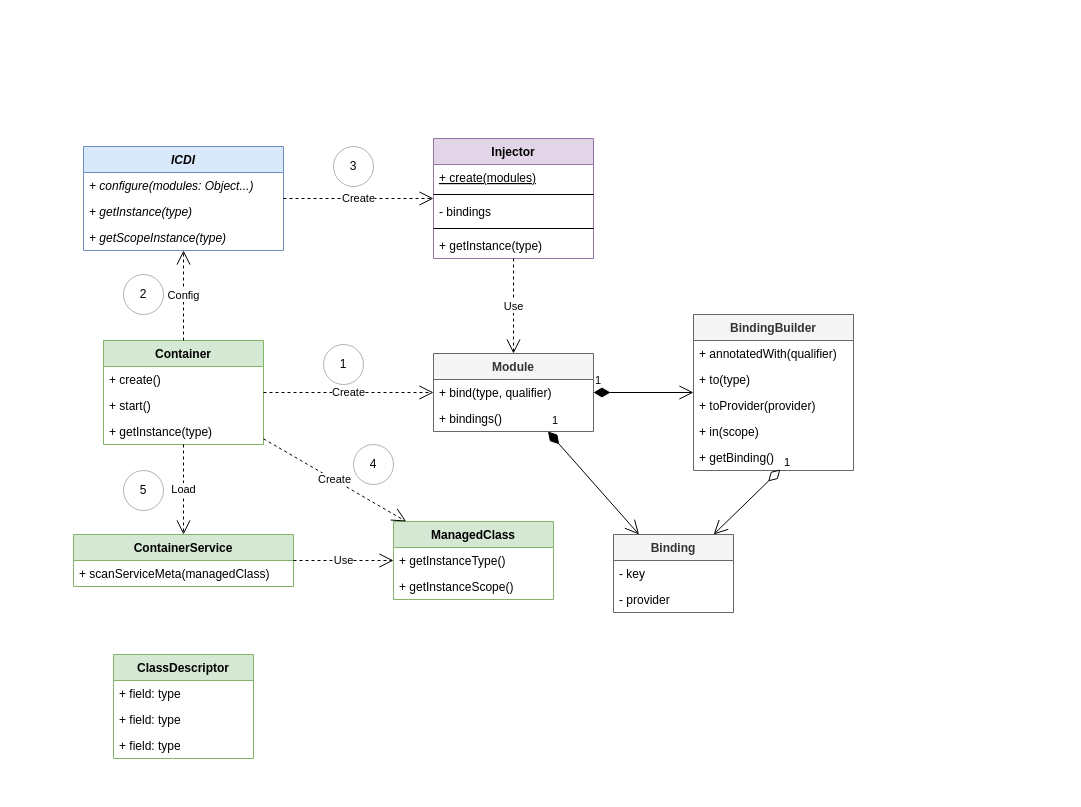
Before: page "CDI Bootstrap" (3 of 3) of docs/cdi.drawio in js-lib-com/tiny-container, a draw.io diagram. Source tidied: cells renumbered, new cells numbered last; positions are measured from the earlier drawing's top-left corner, leaving out a move shared by most shapes. Both pictures are drawn from the tidied source at 100%, with x=0, y=0 at pixel (73, 138).
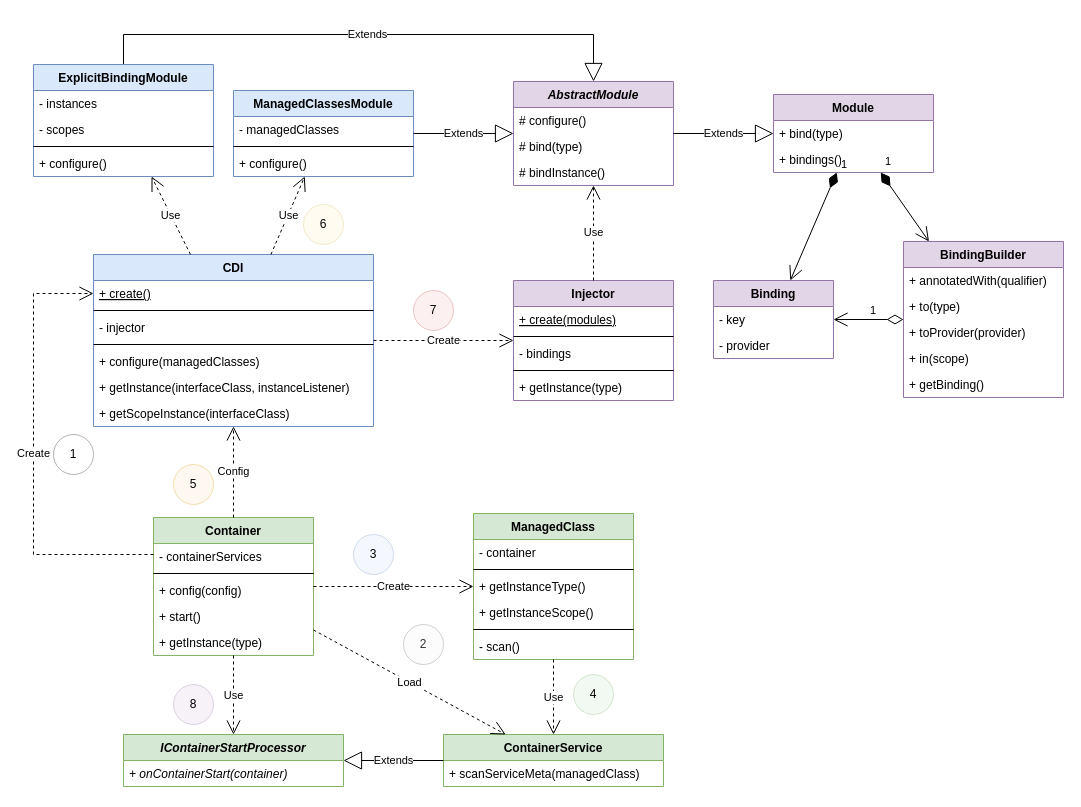
Above is the later version.

Unchanged cells that the change refers to:
```xml
<mxCell id="34" value="+ getBinding()" style="text;strokeColor=none;fillColor=none;align=left;verticalAlign=top;spacingLeft=4;spacingRight=4;overflow=hidden;points=[[0,0.5],[1,0.5]];portConstraint=eastwest;fontColor=default;opacity=30;" parent="29" vertex="1">
  <mxGeometry y="130" width="160" height="26" as="geometry" />
</mxCell>
```

What changed in the source:
```diff
@@
+    <mxCell id="52" value="Extends" style="endArrow=block;endSize=16;endFill=0;html=1;rounded=0;fontColor=default;strokeColor=default;edgeStyle=orthogonalEdgeStyle;exitX=0.5;exitY=0;exitDx=0;exitDy=0;entryX=0.5;entryY=0;entryDx=0;entryDy=0;" parent="1" edge="1" source="63" target="74">
+      <mxGeometry relative="1" as="geometry">
+        <Array as="points">
+          <mxPoint x="50" y="-104" />
+          <mxPoint x="520" y="-104" />
+        </Array>
+      </mxGeometry>
+    </mxCell>
     <mxCell id="2" value="Container" style="swimlane;fontStyle=1;horizontal=1;startSize=26;fillColor=#d5e8d4;strokeColor=#82b366;" parent="1" vertex="1">
-      <mxGeometry x="30" y="202" width="160" height="104" as="geometry" />
+      <mxGeometry x="80" y="379" width="160" height="138" as="geometry" />
     </mxCell>
+    <mxCell id="53" value="- containerServices" style="text;strokeColor=none;fillColor=none;align=left;verticalAlign=top;spacingLeft=4;spacingRight=4;overflow=hidden;fontColor=default;" parent="2" vertex="1">
+      <mxGeometry y="26" width="160" height="26" as="geometry" />
+    </mxCell>
+    <mxCell id="54" style="line;strokeWidth=1;fillColor=none;align=left;verticalAlign=middle;spacingTop=-1;spacingLeft=3;spacingRight=3;labelPosition=right;fontColor=default;" parent="2" vertex="1">
+      <mxGeometry y="52" width="160" height="8" as="geometry" />
+    </mxCell>
+    <mxCell id="4" value="+ config(config)" style="text;strokeColor=none;fillColor=none;align=left;verticalAlign=top;spacingLeft=4;spacingRight=4;overflow=hidden;fontColor=default;opacity=30;" parent="2" vertex="1">
+      <mxGeometry y="60" width="160" height="26" as="geometry" />
+    </mxCell>
-    <mxCell id="3" value="+ create()" style="text;strokeColor=none;fillColor=none;align=left;verticalAlign=top;spacingLeft=4;spacingRight=4;overflow=hidden;fontColor=default;opacity=30;" parent="2" vertex="1">
-      <mxGeometry y="26" width="160" height="26" as="geometry" />
+    <mxCell id="3" value="+ start()" style="text;strokeColor=none;fillColor=none;align=left;verticalAlign=top;spacingLeft=4;spacingRight=4;overflow=hidden;fontColor=default;opacity=30;" parent="2" vertex="1">
+      <mxGeometry y="86" width="160" height="26" as="geometry" />
     </mxCell>
-    <mxCell id="4" value="+ start()" style="text;strokeColor=none;fillColor=none;align=left;verticalAlign=top;spacingLeft=4;spacingRight=4;overflow=hidden;fontColor=default;opacity=30;" parent="2" vertex="1">
-      <mxGeometry y="52" width="160" height="26" as="geometry" />
-    </mxCell>
     <mxCell id="5" value="+ getInstance(type)" style="text;strokeColor=none;fillColor=none;align=left;verticalAlign=top;spacingLeft=4;spacingRight=4;overflow=hidden;fontColor=default;opacity=30;" parent="2" vertex="1">
-      <mxGeometry y="78" width="160" height="26" as="geometry" />
+      <mxGeometry y="112" width="160" height="26" as="geometry" />
     </mxCell>
-    <mxCell id="6" value="ICDI" style="swimlane;fontStyle=3;horizontal=1;startSize=26;fillColor=#dae8fc;strokeColor=#6c8ebf;" parent="1" vertex="1">
-      <mxGeometry x="10" y="8" width="200" height="104" as="geometry" />
+    <mxCell id="6" value="CDI" style="swimlane;fontStyle=1;horizontal=1;startSize=26;fillColor=#dae8fc;strokeColor=#6c8ebf;" parent="1" vertex="1">
+      <mxGeometry x="20" y="116" width="280" height="172" as="geometry" />
     </mxCell>
+    <mxCell id="55" value="+ create()" style="text;strokeColor=none;fillColor=none;align=left;verticalAlign=top;spacingLeft=4;spacingRight=4;overflow=hidden;points=[[0,0.5],[1,0.5]];portConstraint=eastwest;fontColor=default;fontStyle=4;" parent="6" vertex="1">
+      <mxGeometry y="26" width="280" height="26" as="geometry" />
+    </mxCell>
+    <mxCell id="56" style="line;strokeWidth=1;fillColor=none;align=left;verticalAlign=middle;spacingTop=-1;spacingLeft=3;spacingRight=3;labelPosition=right;fontColor=default;" parent="6" vertex="1">
+      <mxGeometry y="52" width="280" height="8" as="geometry" />
+    </mxCell>
+    <mxCell id="57" value="- injector" style="text;strokeColor=none;fillColor=none;align=left;verticalAlign=top;spacingLeft=4;spacingRight=4;overflow=hidden;fontColor=default;" parent="6" vertex="1">
+      <mxGeometry y="60" width="280" height="26" as="geometry" />
+    </mxCell>
+    <mxCell id="58" style="line;strokeWidth=1;fillColor=none;align=left;verticalAlign=middle;spacingTop=-1;spacingLeft=3;spacingRight=3;labelPosition=right;fontColor=default;" parent="6" vertex="1">
+      <mxGeometry y="86" width="280" height="8" as="geometry" />
+    </mxCell>
-    <mxCell id="7" value="+ configure(modules: Object...)" style="text;strokeColor=none;fillColor=none;align=left;verticalAlign=top;spacingLeft=4;spacingRight=4;overflow=hidden;fontColor=default;fontStyle=2;" parent="6" vertex="1">
-      <mxGeometry y="26" width="200" height="26" as="geometry" />
+    <mxCell id="7" value="+ configure(managedClasses)" style="text;strokeColor=none;fillColor=none;align=left;verticalAlign=top;spacingLeft=4;spacingRight=4;overflow=hidden;fontColor=default;fontStyle=0;" parent="6" vertex="1">
+      <mxGeometry y="94" width="280" height="26" as="geometry" />
     </mxCell>
-    <mxCell id="8" value="+ getInstance(type)" style="text;strokeColor=none;fillColor=none;align=left;verticalAlign=top;spacingLeft=4;spacingRight=4;overflow=hidden;fontColor=default;opacity=30;fontStyle=2;" parent="6" vertex="1">
-      <mxGeometry y="52" width="200" height="26" as="geometry" />
+    <mxCell id="8" value="+ getInstance(interfaceClass, instanceListener)" style="text;strokeColor=none;fillColor=none;align=left;verticalAlign=top;spacingLeft=4;spacingRight=4;overflow=hidden;fontColor=default;opacity=30;fontStyle=0;" parent="6" vertex="1">
+      <mxGeometry y="120" width="280" height="26" as="geometry" />
     </mxCell>
-    <mxCell id="9" value="+ getScopeInstance(type)" style="text;strokeColor=none;fillColor=none;align=left;verticalAlign=top;spacingLeft=4;spacingRight=4;overflow=hidden;fontColor=default;opacity=30;fontStyle=2;" parent="6" vertex="1">
-      <mxGeometry y="78" width="200" height="26" as="geometry" />
+    <mxCell id="9" value="+ getScopeInstance(interfaceClass)" style="text;strokeColor=none;fillColor=none;align=left;verticalAlign=top;spacingLeft=4;spacingRight=4;overflow=hidden;fontColor=default;opacity=30;fontStyle=0;" parent="6" vertex="1">
+      <mxGeometry y="146" width="280" height="26" as="geometry" />
     </mxCell>
     <mxCell id="10" value="Injector" style="swimlane;fontStyle=1;horizontal=1;startSize=26;fillColor=#e1d5e7;strokeColor=#9673a6;" parent="1" vertex="1">
-      <mxGeometry x="360" width="160" height="120" as="geometry" />
+      <mxGeometry x="440" y="142" width="160" height="120" as="geometry" />
     </mxCell>
@@
     <mxCell id="16" value="ManagedClass" style="swimlane;fontStyle=1;horizontal=1;startSize=26;fillColor=#d5e8d4;strokeColor=#82b366;" parent="1" vertex="1">
-      <mxGeometry x="320" y="383" width="160" height="78" as="geometry" />
+      <mxGeometry x="400" y="375" width="160" height="146" as="geometry" />
     </mxCell>
+    <mxCell id="59" value="- container" style="text;strokeColor=none;fillColor=none;align=left;verticalAlign=top;spacingLeft=4;spacingRight=4;overflow=hidden;fontColor=default;" parent="16" vertex="1">
+      <mxGeometry y="26" width="160" height="26" as="geometry" />
+    </mxCell>
+    <mxCell id="60" style="line;strokeWidth=1;fillColor=none;align=left;verticalAlign=middle;spacingTop=-1;spacingLeft=3;spacingRight=3;labelPosition=right;fontColor=default;" parent="16" vertex="1">
+      <mxGeometry y="52" width="160" height="8" as="geometry" />
+    </mxCell>
     <mxCell id="17" value="+ getInstanceType()" style="text;strokeColor=none;fillColor=none;align=left;verticalAlign=top;spacingLeft=4;spacingRight=4;overflow=hidden;opacity=60;fontStyle=0;" parent="16" vertex="1">
-      <mxGeometry y="26" width="160" height="26" as="geometry" />
+      <mxGeometry y="60" width="160" height="26" as="geometry" />
     </mxCell>
     <mxCell id="18" value="+ getInstanceScope()" style="text;strokeColor=none;fillColor=none;align=left;verticalAlign=top;spacingLeft=4;spacingRight=4;overflow=hidden;opacity=60;fontStyle=0;" parent="16" vertex="1">
-      <mxGeometry y="52" width="160" height="26" as="geometry" />
+      <mxGeometry y="86" width="160" height="26" as="geometry" />
     </mxCell>
+    <mxCell id="61" style="line;strokeWidth=1;fillColor=none;align=left;verticalAlign=middle;spacingTop=-1;spacingLeft=3;spacingRight=3;labelPosition=right;fontColor=default;" parent="16" vertex="1">
+      <mxGeometry y="112" width="160" height="8" as="geometry" />
+    </mxCell>
+    <mxCell id="62" value="- scan()" style="text;strokeColor=none;fillColor=none;align=left;verticalAlign=top;spacingLeft=4;spacingRight=4;overflow=hidden;fontColor=default;" parent="16" vertex="1">
+      <mxGeometry y="120" width="160" height="26" as="geometry" />
+    </mxCell>
@@
-    <mxCell id="20" value="Module" style="swimlane;fontStyle=1;horizontal=1;startSize=26;fillColor=#f5f5f5;fontColor=#333333;strokeColor=#666666;" parent="1" vertex="1">
-      <mxGeometry x="360" y="215" width="160" height="78" as="geometry" />
+    <mxCell id="20" value="Module" style="swimlane;fontStyle=1;horizontal=1;startSize=26;fillColor=#e1d5e7;strokeColor=#9673a6;" parent="1" vertex="1">
+      <mxGeometry x="700" y="-44" width="160" height="78" as="geometry" />
     </mxCell>
-    <mxCell id="21" value="+ bind(type, qualifier)" style="text;strokeColor=none;fillColor=none;align=left;verticalAlign=top;spacingLeft=4;spacingRight=4;overflow=hidden;fontColor=default;opacity=30;" parent="20" vertex="1">
+    <mxCell id="21" value="+ bind(type)" style="text;strokeColor=none;fillColor=none;align=left;verticalAlign=top;spacingLeft=4;spacingRight=4;overflow=hidden;fontColor=default;opacity=30;" parent="20" vertex="1">
       <mxGeometry y="26" width="160" height="26" as="geometry" />
     </mxCell>
@@
     <mxCell id="23" value="1" style="ellipse;whiteSpace=wrap;html=1;fontColor=default;opacity=30;" parent="1" vertex="1">
-      <mxGeometry x="250" y="206" width="40" height="40" as="geometry" />
+      <mxGeometry x="-20" y="296" width="40" height="40" as="geometry" />
     </mxCell>
-    <mxCell id="24" value="2" style="ellipse;whiteSpace=wrap;html=1;fontColor=default;opacity=30;" parent="1" vertex="1">
-      <mxGeometry x="50" y="136" width="40" height="40" as="geometry" />
+    <mxCell id="24" value="5" style="ellipse;whiteSpace=wrap;html=1;opacity=30;fillColor=#ffe6cc;strokeColor=#d79b00;" parent="1" vertex="1">
+      <mxGeometry x="100" y="326" width="40" height="40" as="geometry" />
     </mxCell>
     <mxCell id="25" value="ContainerService" style="swimlane;fontStyle=1;horizontal=1;startSize=26;fillColor=#d5e8d4;strokeColor=#82b366;" parent="1" vertex="1">
-      <mxGeometry y="396" width="220" height="52" as="geometry" />
+      <mxGeometry x="370" y="596" width="220" height="52" as="geometry" />
     </mxCell>
@@
-    <mxCell id="28" value="4" style="ellipse;whiteSpace=wrap;html=1;fontColor=default;opacity=30;" parent="1" vertex="1">
-      <mxGeometry x="280" y="306" width="40" height="40" as="geometry" />
+    <mxCell id="28" value="3" style="ellipse;whiteSpace=wrap;html=1;opacity=30;fillColor=#dae8fc;strokeColor=#6c8ebf;" parent="1" vertex="1">
+      <mxGeometry x="280" y="396" width="40" height="40" as="geometry" />
     </mxCell>
-    <mxCell id="29" value="BindingBuilder" style="swimlane;fontStyle=1;horizontal=1;startSize=26;fillColor=#f5f5f5;fontColor=#333333;strokeColor=#666666;" parent="1" vertex="1">
-      <mxGeometry x="620" y="176" width="160" height="156" as="geometry" />
+    <mxCell id="29" value="BindingBuilder" style="swimlane;fontStyle=1;horizontal=1;startSize=26;fillColor=#e1d5e7;strokeColor=#9673a6;" parent="1" vertex="1">
+      <mxGeometry x="830" y="103" width="160" height="156" as="geometry" />
     </mxCell>
@@
-    <mxCell id="36" value="Binding" style="swimlane;fontStyle=1;horizontal=1;startSize=26;fillColor=#f5f5f5;fontColor=#333333;strokeColor=#666666;" parent="1" vertex="1">
-      <mxGeometry x="540" y="396" width="120" height="78" as="geometry" />
+    <mxCell id="36" value="Binding" style="swimlane;fontStyle=1;horizontal=1;startSize=26;fillColor=#e1d5e7;strokeColor=#9673a6;" parent="1" vertex="1">
+      <mxGeometry x="640" y="142" width="120" height="78" as="geometry" />
     </mxCell>
@@
-    <mxCell id="40" value="1" style="endArrow=open;html=1;endSize=12;startArrow=diamondThin;startSize=14;startFill=0;align=left;verticalAlign=bottom;rounded=0;fontColor=default;strokeColor=default;exitX=0.543;exitY=0.962;exitDx=0;exitDy=0;exitPerimeter=0;" parent="1" edge="1" source="34" target="36">
-      <mxGeometry x="-1" y="3" relative="1" as="geometry" />
+    <mxCell id="40" value="1" style="endArrow=open;html=1;endSize=12;startArrow=diamondThin;startSize=14;startFill=0;align=left;verticalAlign=bottom;rounded=0;fontColor=default;strokeColor=default;" parent="1" edge="1" source="29" target="36">
+      <mxGeometry relative="1" as="geometry" />
     </mxCell>
-    <mxCell id="41" value="Create" style="endArrow=open;endSize=12;dashed=1;html=1;rounded=0;fontColor=default;strokeColor=default;" parent="1" edge="1" source="2" target="20">
-      <mxGeometry relative="1" as="geometry" />
-    </mxCell>
@@
-    <mxCell id="43" value="3" style="ellipse;whiteSpace=wrap;html=1;fontColor=default;opacity=30;" parent="1" vertex="1">
-      <mxGeometry x="260" y="8" width="40" height="40" as="geometry" />
+    <mxCell id="43" value="7" style="ellipse;whiteSpace=wrap;html=1;opacity=30;fillColor=#f8cecc;strokeColor=#b85450;" parent="1" vertex="1">
+      <mxGeometry x="340" y="152" width="40" height="40" as="geometry" />
     </mxCell>
@@
-    <mxCell id="45" value="5" style="ellipse;whiteSpace=wrap;html=1;fontColor=default;opacity=30;" parent="1" vertex="1">
-      <mxGeometry x="50" y="332" width="40" height="40" as="geometry" />
+    <mxCell id="45" value="2" style="ellipse;whiteSpace=wrap;html=1;fontColor=#333333;opacity=30;fillColor=#f5f5f5;strokeColor=#666666;" parent="1" vertex="1">
+      <mxGeometry x="330" y="486" width="40" height="40" as="geometry" />
     </mxCell>
-    <mxCell id="46" value="Use" style="endArrow=open;endSize=12;dashed=1;html=1;rounded=0;fontColor=default;strokeColor=default;" parent="1" edge="1" source="10" target="20">
-      <mxGeometry relative="1" as="geometry" />
-    </mxCell>
-    <mxCell id="47" value="ClassDescriptor" style="swimlane;fontStyle=1;horizontal=1;startSize=26;fillColor=#d5e8d4;strokeColor=#82b366;" parent="1" vertex="1">
-      <mxGeometry x="40" y="516" width="140" height="104" as="geometry" />
-    </mxCell>
-    <mxCell id="48" value="+ field: type" style="text;strokeColor=none;fillColor=none;align=left;verticalAlign=top;spacingLeft=4;spacingRight=4;overflow=hidden;fontColor=default;" parent="47" vertex="1">
-      <mxGeometry y="26" width="140" height="26" as="geometry" />
-    </mxCell>
-    <mxCell id="49" value="+ field: type" style="text;strokeColor=none;fillColor=none;align=left;verticalAlign=top;spacingLeft=4;spacingRight=4;overflow=hidden;fontColor=default;" parent="47" vertex="1">
-      <mxGeometry y="52" width="140" height="26" as="geometry" />
-    </mxCell>
-    <mxCell id="50" value="+ field: type" style="text;strokeColor=none;fillColor=none;align=left;verticalAlign=top;spacingLeft=4;spacingRight=4;overflow=hidden;fontColor=default;" parent="47" vertex="1">
-      <mxGeometry y="78" width="140" height="26" as="geometry" />
-    </mxCell>
-    <mxCell id="51" value="Use" style="endArrow=open;endSize=12;dashed=1;html=1;rounded=0;fontColor=default;strokeColor=default;" parent="1" edge="1" source="25" target="16">
+    <mxCell id="51" value="Use" style="endArrow=open;endSize=12;dashed=1;html=1;rounded=0;fontColor=default;strokeColor=default;" parent="1" edge="1" source="16" target="25">
       <mxGeometry relative="1" as="geometry" />
     </mxCell>
+    <mxCell id="63" value="ExplicitBindingModule" style="swimlane;fontStyle=1;horizontal=1;startSize=26;fillColor=#dae8fc;strokeColor=#6c8ebf;" parent="1" vertex="1">
+      <mxGeometry x="-40" y="-74" width="180" height="112" as="geometry" />
+    </mxCell>
+    <mxCell id="64" value="- instances" style="text;strokeColor=none;fillColor=none;align=left;verticalAlign=top;spacingLeft=4;spacingRight=4;overflow=hidden;fontColor=default;" parent="63" vertex="1">
+      <mxGeometry y="26" width="180" height="26" as="geometry" />
+    </mxCell>
+    <mxCell id="65" value="- scopes" style="text;strokeColor=none;fillColor=none;align=left;verticalAlign=top;spacingLeft=4;spacingRight=4;overflow=hidden;fontColor=default;" parent="63" vertex="1">
+      <mxGeometry y="52" width="180" height="26" as="geometry" />
+    </mxCell>
+    <mxCell id="66" style="line;strokeWidth=1;fillColor=none;align=left;verticalAlign=middle;spacingTop=-1;spacingLeft=3;spacingRight=3;labelPosition=right;fontColor=default;" parent="63" vertex="1">
+      <mxGeometry y="78" width="180" height="8" as="geometry" />
+    </mxCell>
+    <mxCell id="67" value="+ configure()" style="text;strokeColor=none;fillColor=none;align=left;verticalAlign=top;spacingLeft=4;spacingRight=4;overflow=hidden;fontColor=default;" parent="63" vertex="1">
+      <mxGeometry y="86" width="180" height="26" as="geometry" />
+    </mxCell>
+    <mxCell id="68" value="ManagedClassesModule" style="swimlane;fontStyle=1;horizontal=1;startSize=26;fillColor=#dae8fc;strokeColor=#6c8ebf;" parent="1" vertex="1">
+      <mxGeometry x="160" y="-48" width="180" height="86" as="geometry" />
+    </mxCell>
+    <mxCell id="69" value="- managedClasses" style="text;strokeColor=none;fillColor=none;align=left;verticalAlign=top;spacingLeft=4;spacingRight=4;overflow=hidden;fontColor=default;" parent="68" vertex="1">
+      <mxGeometry y="26" width="180" height="26" as="geometry" />
+    </mxCell>
+    <mxCell id="70" style="line;strokeWidth=1;fillColor=none;align=left;verticalAlign=middle;spacingTop=-1;spacingLeft=3;spacingRight=3;labelPosition=right;fontColor=default;" parent="68" vertex="1">
+      <mxGeometry y="52" width="180" height="8" as="geometry" />
+    </mxCell>
+    <mxCell id="71" value="+ configure()" style="text;strokeColor=none;fillColor=none;align=left;verticalAlign=top;spacingLeft=4;spacingRight=4;overflow=hidden;fontColor=default;" parent="68" vertex="1">
+      <mxGeometry y="60" width="180" height="26" as="geometry" />
+    </mxCell>
+    <mxCell id="72" value="Use" style="endArrow=open;endSize=12;dashed=1;html=1;rounded=0;fontColor=default;strokeColor=default;" parent="1" edge="1" source="6" target="63">
+      <mxGeometry relative="1" as="geometry" />
+    </mxCell>
+    <mxCell id="73" value="Use" style="endArrow=open;endSize=12;dashed=1;html=1;rounded=0;fontColor=default;strokeColor=default;" parent="1" edge="1" source="6" target="68">
+      <mxGeometry relative="1" as="geometry" />
+    </mxCell>
+    <mxCell id="74" value="AbstractModule" style="swimlane;fontStyle=3;horizontal=1;startSize=26;fillColor=#e1d5e7;strokeColor=#9673a6;" parent="1" vertex="1">
+      <mxGeometry x="440" y="-57" width="160" height="104" as="geometry" />
+    </mxCell>
+    <mxCell id="75" value="# configure()" style="text;strokeColor=none;fillColor=none;align=left;verticalAlign=top;spacingLeft=4;spacingRight=4;overflow=hidden;fontColor=default;" parent="74" vertex="1">
+      <mxGeometry y="26" width="160" height="26" as="geometry" />
+    </mxCell>
+    <mxCell id="76" value="# bind(type)" style="text;strokeColor=none;fillColor=none;align=left;verticalAlign=top;spacingLeft=4;spacingRight=4;overflow=hidden;fontColor=default;" parent="74" vertex="1">
+      <mxGeometry y="52" width="160" height="26" as="geometry" />
+    </mxCell>
+    <mxCell id="77" value="# bindInstance()" style="text;strokeColor=none;fillColor=none;align=left;verticalAlign=top;spacingLeft=4;spacingRight=4;overflow=hidden;fontColor=default;" parent="74" vertex="1">
+      <mxGeometry y="78" width="160" height="26" as="geometry" />
+    </mxCell>
+    <mxCell id="78" value="Extends" style="endArrow=block;endSize=16;endFill=0;html=1;rounded=0;fontColor=default;strokeColor=default;edgeStyle=orthogonalEdgeStyle;" parent="1" edge="1" source="68" target="74">
+      <mxGeometry relative="1" as="geometry" />
+    </mxCell>
+    <mxCell id="79" value="Use" style="endArrow=open;endSize=12;dashed=1;html=1;rounded=0;fontColor=default;strokeColor=default;" parent="1" edge="1" source="10" target="74">
+      <mxGeometry relative="1" as="geometry" />
+    </mxCell>
+    <mxCell id="80" value="Extends" style="endArrow=block;endSize=16;endFill=0;html=1;rounded=0;fontColor=default;strokeColor=default;" parent="1" edge="1" source="74" target="20">
+      <mxGeometry relative="1" as="geometry" />
+    </mxCell>
+    <mxCell id="41" value="Create" style="endArrow=open;endSize=12;dashed=1;html=1;rounded=0;fontColor=default;strokeColor=default;edgeStyle=orthogonalEdgeStyle;entryX=0;entryY=0.5;entryDx=0;entryDy=0;" parent="1" edge="1" source="2" target="55">
+      <mxGeometry relative="1" as="geometry">
+        <Array as="points">
+          <mxPoint x="-40" y="416" />
+          <mxPoint x="-40" y="155" />
+        </Array>
+      </mxGeometry>
+    </mxCell>
+    <mxCell id="81" value="6" style="ellipse;whiteSpace=wrap;html=1;opacity=30;fillColor=#fff2cc;strokeColor=#d6b656;" parent="1" vertex="1">
+      <mxGeometry x="230" y="66" width="40" height="40" as="geometry" />
+    </mxCell>
+    <mxCell id="82" value="IContainerStartProcessor" style="swimlane;fontStyle=3;horizontal=1;startSize=26;fillColor=#d5e8d4;strokeColor=#82b366;" parent="1" vertex="1">
+      <mxGeometry x="50" y="596" width="220" height="52" as="geometry" />
+    </mxCell>
+    <mxCell id="83" value="+ onContainerStart(container)" style="text;strokeColor=none;fillColor=none;align=left;verticalAlign=top;spacingLeft=4;spacingRight=4;overflow=hidden;fontColor=default;fontStyle=2;" parent="82" vertex="1">
+      <mxGeometry y="26" width="220" height="26" as="geometry" />
+    </mxCell>
+    <mxCell id="84" value="Use" style="endArrow=open;endSize=12;dashed=1;html=1;rounded=0;fontColor=default;strokeColor=default;" parent="1" edge="1" source="2" target="82">
+      <mxGeometry relative="1" as="geometry" />
+    </mxCell>
+    <mxCell id="85" value="8" style="ellipse;whiteSpace=wrap;html=1;opacity=30;fillColor=#e1d5e7;strokeColor=#9673a6;" parent="1" vertex="1">
+      <mxGeometry x="100" y="546" width="40" height="40" as="geometry" />
+    </mxCell>
+    <mxCell id="86" value="Extends" style="endArrow=block;endSize=16;endFill=0;html=1;rounded=0;fontColor=default;strokeColor=default;" parent="1" edge="1" source="25" target="82">
+      <mxGeometry relative="1" as="geometry" />
+    </mxCell>
+    <mxCell id="87" value="4" style="ellipse;whiteSpace=wrap;html=1;opacity=30;fillColor=#d5e8d4;strokeColor=#82b366;" parent="1" vertex="1">
+      <mxGeometry x="500" y="536" width="40" height="40" as="geometry" />
+    </mxCell>
```
